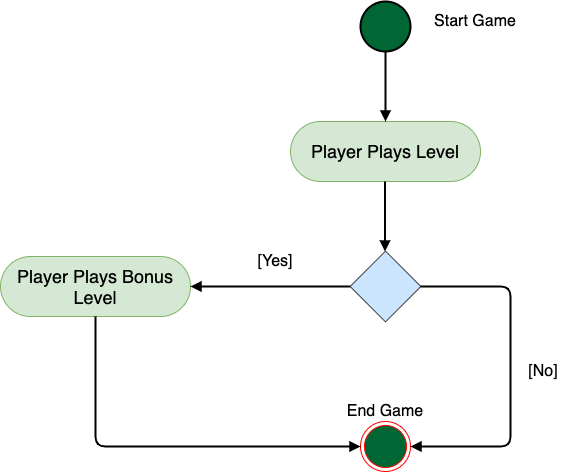
smitbmx/Architecture-Diagrams keeps this draw.io diagram as Communicating Architecture/UML Activity Diagram/Activity Diagram Example.png. Above is the earlier version. Source tidied: cells renumbered, new cells last; positions are measured from the earlier drawing's top-left corner, leaving out a move shared by most shapes.
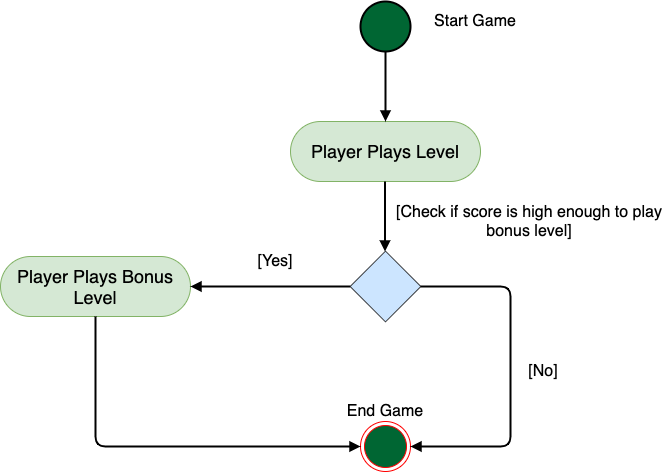
The same diagram one commit later.

Change to the diagram source:
```diff
@@ -56,5 +56,8 @@
     <mxCell id="15" value="&lt;font style=&quot;font-size: 16px&quot;&gt;End Game&lt;/font&gt;" style="text;html=1;strokeColor=none;fillColor=none;align=center;verticalAlign=middle;whiteSpace=wrap;rounded=0;" parent="1" vertex="1">
       <mxGeometry x="340" y="390" width="90" height="40" as="geometry" />
     </mxCell>
+    <mxCell id="16" value="&lt;font style=&quot;font-size: 16px&quot;&gt;[Check if score is high enough to play bonus level]&lt;/font&gt;" style="text;html=1;strokeColor=none;fillColor=none;align=center;verticalAlign=middle;whiteSpace=wrap;rounded=0;" parent="1" vertex="1">
+      <mxGeometry x="389" y="200" width="280" height="40" as="geometry" />
+    </mxCell>
   </root>
 </mxGraphModel>
```
